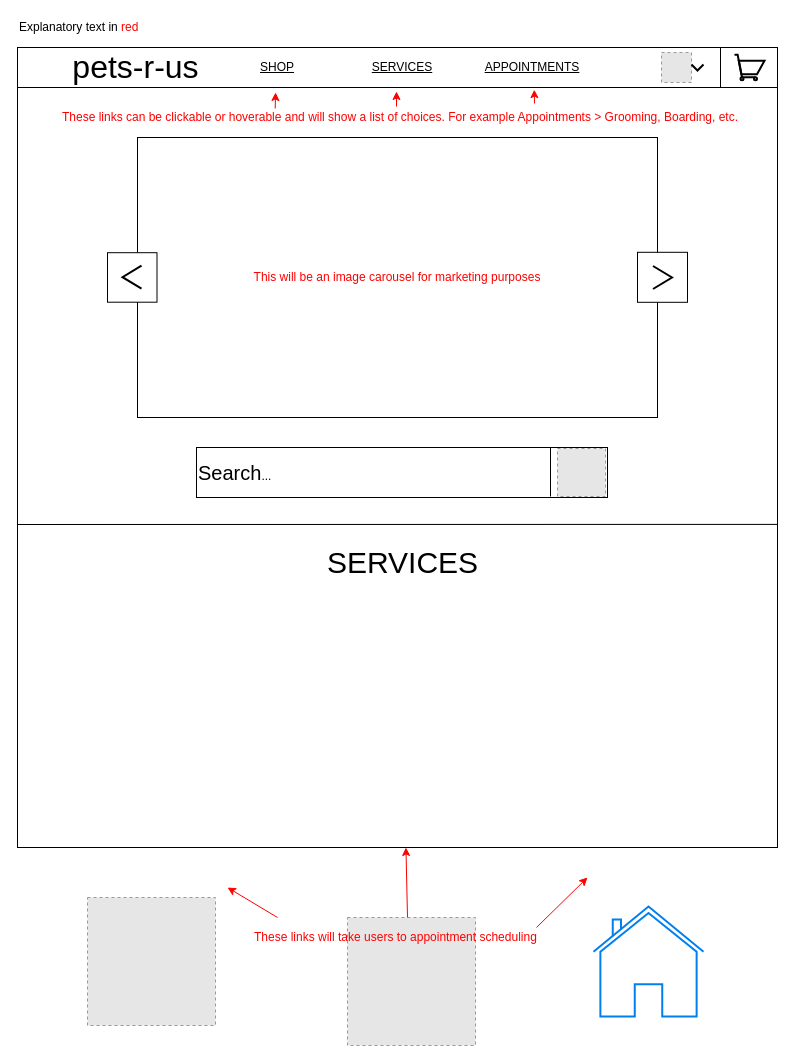
The draw.io diagram Wireframe2.drawio in joneskj55/wireframes, before the edit. Source tidied: cells renumbered, new cells numbered last; positions are measured from the earlier drawing's top-left corner, leaving out a move shared by most shapes. Both pictures are drawn from the tidied source at 100%, with x=0, y=0 at pixel (17, 17). Pictures stored in the file or linked from it are replaced by grey dashed boxes.
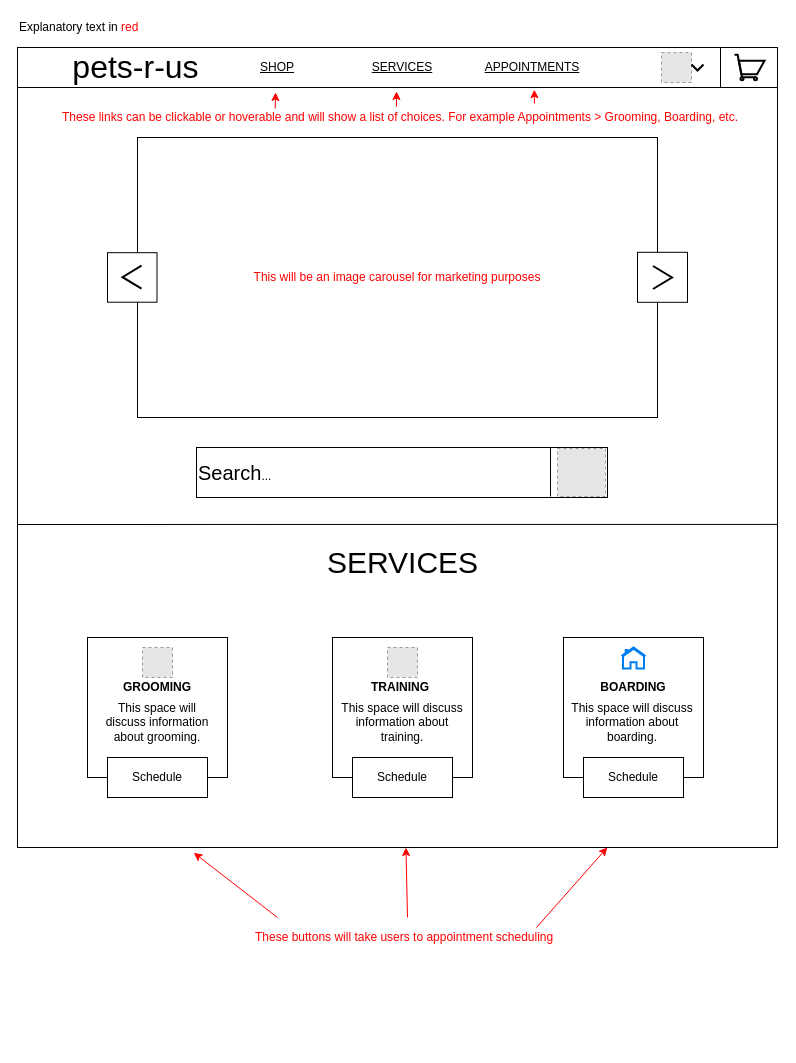
The same diagram, later.

Commit message:
wireframe2 complete

Unchanged cells that the change refers to:
```xml
<mxCell id="2" style="whiteSpace=wrap;html=1;" parent="1" vertex="1">
  <mxGeometry y="70" width="760" height="760" as="geometry" />
</mxCell>
```

Change to the diagram source:
```diff
@@
-    <mxCell id="4" style="fillColor=#E6E6E6;strokeColor=#999999;dashed=1;html=1;verticalAlign=top;verticalLabelPosition=bottom;labelBackgroundColor=#ffffff;" parent="1" vertex="1">
-      <mxGeometry x="70" y="880" width="128" height="128" as="geometry" />
-    </mxCell>
-    <mxCell id="5" style="fillColor=#E6E6E6;strokeColor=#999999;dashed=1;html=1;verticalAlign=top;verticalLabelPosition=bottom;labelBackgroundColor=#ffffff;" parent="1" vertex="1">
-      <mxGeometry x="330" y="900" width="128" height="128" as="geometry" />
-    </mxCell>
-    <mxCell id="6" style="html=1;verticalLabelPosition=bottom;align=center;labelBackgroundColor=#ffffff;verticalAlign=top;strokeWidth=2;strokeColor=#0080F0;shadow=0;dashed=0;shape=mxgraph.ios7.icons.home;" parent="1" vertex="1">
-      <mxGeometry x="576" y="889" width="110" height="110" as="geometry" />
-    </mxCell>
@@
-    <mxCell id="17" value="&lt;font color=&quot;#ff0000&quot;&gt;These links will take users to appointment scheduling&lt;/font&gt;" style="text;html=1;align=left;verticalAlign=middle;" parent="1" vertex="1">
-      <mxGeometry x="235" y="910" width="300" height="20" as="geometry" />
+    <mxCell id="17" value="&lt;font color=&quot;#ff0000&quot;&gt;These buttons will take users to appointment scheduling&lt;/font&gt;" style="text;html=1;align=left;verticalAlign=middle;" parent="1" vertex="1">
+      <mxGeometry x="236" y="910" width="310" height="20" as="geometry" />
     </mxCell>
-    <mxCell id="18" style="endArrow=classic;html=1;strokeColor=#FF0000;" parent="1" edge="1">
+    <mxCell id="18" style="endArrow=classic;html=1;strokeColor=#FF0000;entryX=0.776;entryY=1;entryDx=0;entryDy=0;entryPerimeter=0;" parent="1" edge="1" target="2">
       <mxGeometry relative="1" as="geometry">
         <mxPoint x="519" y="910" as="sourcePoint" />
-        <mxPoint x="570" y="860" as="targetPoint" />
       </mxGeometry>
     </mxCell>
@@
-    <mxCell id="20" style="endArrow=classic;html=1;strokeColor=#FF0000;" parent="1" edge="1">
+    <mxCell id="20" style="endArrow=classic;html=1;strokeColor=#FF0000;entryX=0.232;entryY=1.007;entryDx=0;entryDy=0;entryPerimeter=0;" parent="1" edge="1" target="2">
       <mxGeometry relative="1" as="geometry">
         <mxPoint x="260" y="900" as="sourcePoint" />
-        <mxPoint x="210" y="870" as="targetPoint" />
       </mxGeometry>
     </mxCell>
@@
+    <mxCell id="33" style="whiteSpace=wrap;html=1;strokeColor=#000000;align=left;" parent="1" vertex="1">
+      <mxGeometry x="70" y="620" width="140" height="140" as="geometry" />
+    </mxCell>
+    <mxCell id="34" style="whiteSpace=wrap;html=1;strokeColor=#000000;" parent="1" vertex="1">
+      <mxGeometry x="315" y="620" width="140" height="140" as="geometry" />
+    </mxCell>
+    <mxCell id="35" style="whiteSpace=wrap;html=1;strokeColor=#000000;" parent="1" vertex="1">
+      <mxGeometry x="546" y="620" width="140" height="140" as="geometry" />
+    </mxCell>
+    <mxCell id="36" value="Schedule" style="rounded=0;whiteSpace=wrap;html=1;strokeColor=#000000;" parent="1" vertex="1">
+      <mxGeometry x="90" y="740" width="100" height="40" as="geometry" />
+    </mxCell>
+    <mxCell id="37" value="Schedule" style="rounded=0;whiteSpace=wrap;html=1;strokeColor=#000000;" parent="1" vertex="1">
+      <mxGeometry x="335" y="740" width="100" height="40" as="geometry" />
+    </mxCell>
+    <mxCell id="38" value="Schedule" style="rounded=0;whiteSpace=wrap;html=1;strokeColor=#000000;" parent="1" vertex="1">
+      <mxGeometry x="566" y="740" width="100" height="40" as="geometry" />
+    </mxCell>
+    <mxCell id="4" style="fillColor=#E6E6E6;strokeColor=#999999;dashed=1;html=1;verticalAlign=top;verticalLabelPosition=bottom;labelBackgroundColor=#ffffff;" parent="1" vertex="1">
+      <mxGeometry x="125" y="630" width="30" height="30" as="geometry" />
+    </mxCell>
+    <mxCell id="39" value="&lt;b&gt;GROOMING&lt;/b&gt;" style="text;html=1;strokeColor=none;fillColor=none;align=center;verticalAlign=middle;whiteSpace=wrap;rounded=0;" parent="1" vertex="1">
+      <mxGeometry x="120" y="660" width="40" height="20" as="geometry" />
+    </mxCell>
+    <mxCell id="40" value="This space will discuss information about grooming." style="text;html=1;strokeColor=none;fillColor=none;align=center;verticalAlign=middle;whiteSpace=wrap;rounded=0;" parent="1" vertex="1">
+      <mxGeometry x="80" y="680" width="120" height="50" as="geometry" />
+    </mxCell>
+    <mxCell id="5" style="fillColor=#E6E6E6;strokeColor=#999999;dashed=1;html=1;verticalAlign=top;verticalLabelPosition=bottom;labelBackgroundColor=#ffffff;" parent="1" vertex="1">
+      <mxGeometry x="370" y="630" width="30" height="30" as="geometry" />
+    </mxCell>
+    <mxCell id="41" value="&lt;b&gt;TRAINING&lt;/b&gt;" style="text;html=1;strokeColor=none;fillColor=none;align=center;verticalAlign=middle;whiteSpace=wrap;rounded=0;" parent="1" vertex="1">
+      <mxGeometry x="363" y="660" width="40" height="20" as="geometry" />
+    </mxCell>
+    <mxCell id="42" value="&lt;span style=&quot;text-align: left&quot;&gt;This space will discuss information about training.&lt;/span&gt;" style="text;html=1;strokeColor=none;fillColor=none;align=center;verticalAlign=middle;whiteSpace=wrap;rounded=0;" parent="1" vertex="1">
+      <mxGeometry x="320" y="680" width="130" height="50" as="geometry" />
+    </mxCell>
+    <mxCell id="6" style="html=1;verticalLabelPosition=bottom;align=center;labelBackgroundColor=#ffffff;verticalAlign=top;strokeWidth=2;strokeColor=#0080F0;shadow=0;dashed=0;shape=mxgraph.ios7.icons.home;" parent="1" vertex="1">
+      <mxGeometry x="604" y="630" width="24" height="21" as="geometry" />
+    </mxCell>
+    <mxCell id="43" value="&lt;b&gt;BOARDING&lt;/b&gt;" style="text;html=1;strokeColor=none;fillColor=none;align=center;verticalAlign=middle;whiteSpace=wrap;rounded=0;" parent="1" vertex="1">
+      <mxGeometry x="595.5" y="660" width="40" height="20" as="geometry" />
+    </mxCell>
+    <mxCell id="44" value="&lt;span style=&quot;text-align: left&quot;&gt;This space will discuss information about boarding.&lt;/span&gt;" style="text;html=1;strokeColor=none;fillColor=none;align=center;verticalAlign=middle;whiteSpace=wrap;rounded=0;" parent="1" vertex="1">
+      <mxGeometry x="550" y="680" width="130" height="50" as="geometry" />
+    </mxCell>
```
